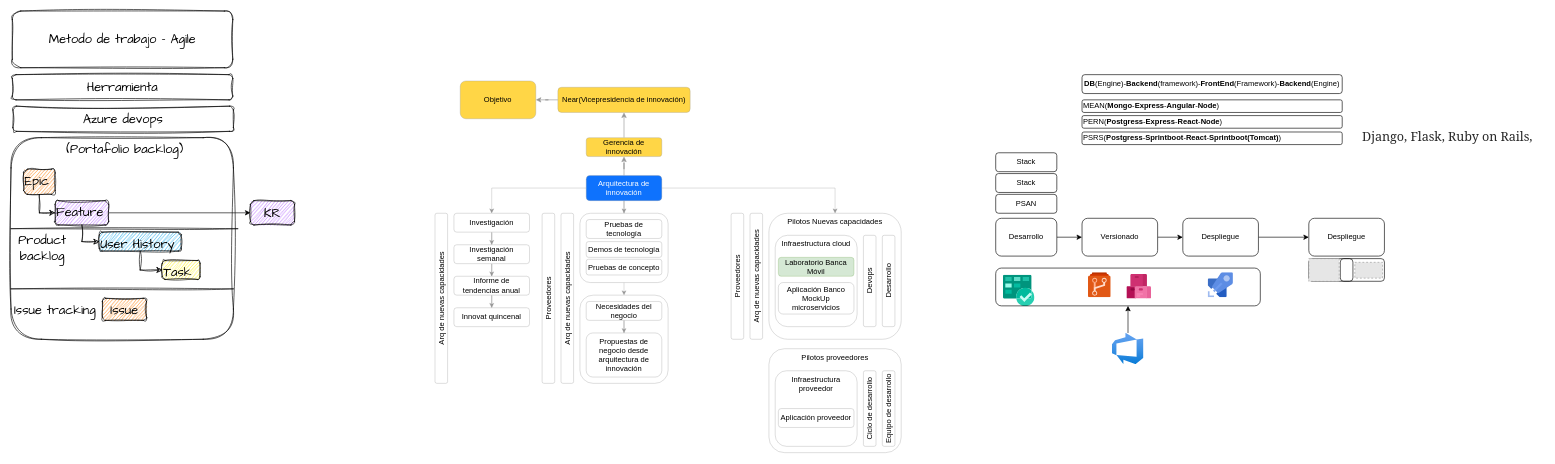
santiagovb/Diagramas keeps this draw.io diagram as page "Objetivo" (1 of 8) of Arquitectura de nuevas capacidades.drawio. Above is the earlier version. Source tidied: cells renumbered, new cells numbered last; positions are measured from the earlier drawing's top-left corner, leaving out a move shared by most shapes. Both pictures are drawn from the tidied source at 63%, with x=0, y=0 at pixel (11, 11). Pictures stored in the file or linked from it are replaced by grey dashed boxes.
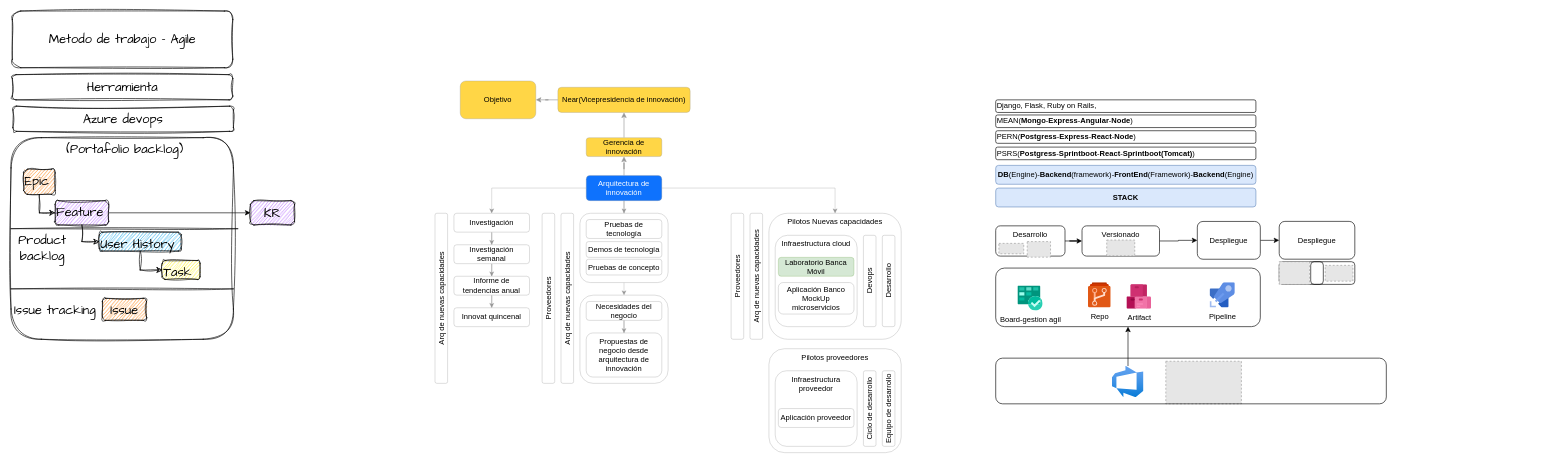
Above is the later version.

The edit, as a diff of the source:
```diff
@@
+    <mxCell id="79" style="rounded=1;whiteSpace=wrap;html=1;fillColor=none;" parent="1" vertex="1">
+      <mxGeometry x="1563" y="408" width="420" height="93" as="geometry" />
+    </mxCell>
     <mxCell id="2" style="rounded=1;whiteSpace=wrap;html=1;fillColor=none;" parent="1" vertex="1">
-      <mxGeometry x="2110" y="393" width="70" height="36" as="geometry" />
+      <mxGeometry x="2063" y="397.9" width="70" height="36" as="geometry" />
     </mxCell>
     <mxCell id="3" style="rounded=1;whiteSpace=wrap;html=1;fillColor=none;" parent="1" vertex="1">
-      <mxGeometry x="2060" y="393" width="70" height="36" as="geometry" />
+      <mxGeometry x="2013" y="397.9" width="70" height="36" as="geometry" />
     </mxCell>
@@
-    <mxCell id="65" value="Desarrollo" style="rounded=1;whiteSpace=wrap;html=1;" parent="1" vertex="1">
-      <mxGeometry x="1563" y="329" width="97" height="60" as="geometry" />
+    <mxCell id="65" value="Desarrollo" style="rounded=1;whiteSpace=wrap;html=1;verticalAlign=top;" parent="1" vertex="1">
+      <mxGeometry x="1563" y="341" width="110" height="48" as="geometry" />
     </mxCell>
@@
-    <mxCell id="67" value="Versionado" style="rounded=1;whiteSpace=wrap;html=1;" parent="1" vertex="1">
-      <mxGeometry x="1700" y="329" width="120" height="60" as="geometry" />
+    <mxCell id="67" value="Versionado" style="rounded=1;whiteSpace=wrap;html=1;verticalAlign=top;" parent="1" vertex="1">
+      <mxGeometry x="1700" y="341" width="123" height="48" as="geometry" />
     </mxCell>
@@
     <mxCell id="69" value="Despliegue" style="rounded=1;whiteSpace=wrap;html=1;" parent="1" vertex="1">
-      <mxGeometry x="1860" y="329" width="120" height="60" as="geometry" />
+      <mxGeometry x="1883" y="334" width="100" height="60" as="geometry" />
     </mxCell>
-    <mxCell id="70" style="sketch=0;html=1;align=center;image;fontSize=12;image=img/lib/mscae/Azure_Pipelines.svg;" parent="1" vertex="1">
-      <mxGeometry x="1900" y="415" width="40" height="40" as="geometry" />
+    <mxCell id="70" value="Pipeline" style="sketch=0;html=1;align=center;image;fontSize=12;image=img/lib/mscae/Azure_Pipelines.svg;" parent="1" vertex="1">
+      <mxGeometry x="1903" y="431" width="40" height="40" as="geometry" />
     </mxCell>
-    <mxCell id="71" style="sketch=0;html=1;align=center;image;fontSize=12;image=img/lib/mscae/Azure_Repos.svg;" parent="1" vertex="1">
-      <mxGeometry x="1710" y="415" width="36" height="40" as="geometry" />
+    <mxCell id="71" value="Repo" style="sketch=0;html=1;align=center;image;fontSize=12;image=img/lib/mscae/Azure_Repos.svg;" parent="1" vertex="1">
+      <mxGeometry x="1710" y="431" width="36" height="40" as="geometry" />
     </mxCell>
-    <mxCell id="72" style="sketch=0;html=1;align=center;image;fontSize=12;image=img/lib/mscae/Azure_Boards.svg;" parent="1" vertex="1">
-      <mxGeometry x="1575" y="419" width="50" height="50" as="geometry" />
+    <mxCell id="72" value="Board-gestion agil" style="sketch=0;html=1;align=center;image;fontSize=12;image=img/lib/mscae/Azure_Boards.svg;" parent="1" vertex="1">
+      <mxGeometry x="1598" y="436" width="40" height="40" as="geometry" />
     </mxCell>
-    <mxCell id="73" style="edgeStyle=orthogonalEdgeStyle;rounded=0;jettySize=auto;html=1;" parent="1" edge="1" source="74" target="79">
+    <mxCell id="73" style="edgeStyle=orthogonalEdgeStyle;rounded=0;jettySize=auto;html=1;entryX=0.5;entryY=1;entryDx=0;entryDy=0;" parent="1" edge="1" source="74" target="79">
       <mxGeometry relative="1" as="geometry" />
     </mxCell>
     <mxCell id="74" style="html=1;points=[];align=center;image;fontSize=12;image=img/lib/azure2/devops/Azure_DevOps.svg;" parent="1" vertex="1">
-      <mxGeometry x="1748" y="511" width="50" height="50" as="geometry" />
+      <mxGeometry x="1748" y="563.5" width="50" height="50" as="geometry" />
     </mxCell>
     <mxCell id="75" value="Despliegue" style="rounded=1;whiteSpace=wrap;html=1;" parent="1" vertex="1">
-      <mxGeometry x="2060" y="329" width="120" height="60" as="geometry" />
+      <mxGeometry x="2013" y="333.9" width="120" height="60" as="geometry" />
     </mxCell>
-    <mxCell id="76" style="sketch=0;html=1;align=center;image;fontSize=12;image=img/lib/mscae/Azure_Artifacts.svg;" parent="1" vertex="1">
-      <mxGeometry x="1771" y="418" width="39" height="39" as="geometry" />
+    <mxCell id="76" value="Artifact" style="sketch=0;html=1;align=center;image;fontSize=12;image=img/lib/mscae/Azure_Artifacts.svg;" parent="1" vertex="1">
+      <mxGeometry x="1771" y="434" width="39" height="39" as="geometry" />
     </mxCell>
     <mxCell id="77" style="fillColor=#E6E6E6;strokeColor=#999999;dashed=1;verticalLabelPosition=bottom;labelBackgroundColor=default;verticalAlign=top;" parent="1" vertex="1">
-      <mxGeometry x="2133" y="398.9" width="44" height="25.1" as="geometry" />
+      <mxGeometry x="2086" y="403.7" width="44" height="25.1" as="geometry" />
     </mxCell>
     <mxCell id="78" style="fillColor=#E6E6E6;strokeColor=#999999;dashed=1;verticalLabelPosition=bottom;labelBackgroundColor=default;verticalAlign=top;" parent="1" vertex="1">
-      <mxGeometry x="2060" y="393" width="48.2" height="36.1" as="geometry" />
+      <mxGeometry x="2013" y="397.9" width="48.2" height="36.1" as="geometry" />
     </mxCell>
-    <mxCell id="79" style="rounded=1;whiteSpace=wrap;html=1;fillColor=none;" parent="1" vertex="1">
-      <mxGeometry x="1563" y="408" width="420" height="60" as="geometry" />
-    </mxCell>
-    <mxCell id="80" value="PSAN" style="rounded=1;whiteSpace=wrap;html=1;" parent="1" vertex="1">
-      <mxGeometry x="1563" y="291" width="97" height="30" as="geometry" />
-    </mxCell>
-    <mxCell id="81" value="Stack" style="rounded=1;whiteSpace=wrap;html=1;" parent="1" vertex="1">
-      <mxGeometry x="1563" y="258" width="97" height="30" as="geometry" />
-    </mxCell>
-    <mxCell id="82" value="Stack" style="rounded=1;whiteSpace=wrap;html=1;" parent="1" vertex="1">
-      <mxGeometry x="1563" y="225" width="97" height="30" as="geometry" />
-    </mxCell>
-    <mxCell id="83" value="&lt;b&gt;DB&lt;/b&gt;(Engine)-&lt;b&gt;Backend&lt;/b&gt;(framework)-&lt;b&gt;FrontEnd&lt;/b&gt;(Framework)-&lt;b&gt;Backend&lt;/b&gt;(Engine)" style="rounded=1;whiteSpace=wrap;html=1;" parent="1" vertex="1">
-      <mxGeometry x="1700" y="101" width="413" height="30" as="geometry" />
+    <mxCell id="83" value="&lt;b&gt;DB&lt;/b&gt;(Engine)-&lt;b&gt;Backend&lt;/b&gt;(framework)-&lt;b&gt;FrontEnd&lt;/b&gt;(Framework)-&lt;b&gt;Backend&lt;/b&gt;(Engine)" style="rounded=1;whiteSpace=wrap;html=1;fillColor=#dae8fc;strokeColor=#6c8ebf;" parent="1" vertex="1">
+      <mxGeometry x="1563" y="245" width="413" height="30" as="geometry" />
     </mxCell>
     <mxCell id="84" value="&lt;div style=&quot;&quot;&gt;&lt;span style=&quot;background-color: initial;&quot;&gt;MEAN(&lt;b&gt;Mongo&lt;/b&gt;-&lt;b&gt;Express&lt;/b&gt;-&lt;b&gt;Angular&lt;/b&gt;-&lt;b&gt;Node&lt;/b&gt;)&lt;/span&gt;&lt;/div&gt;" style="rounded=1;whiteSpace=wrap;html=1;align=left;" parent="1" vertex="1">
-      <mxGeometry x="1700" y="141" width="413" height="20" as="geometry" />
+      <mxGeometry x="1563" y="165" width="413" height="20" as="geometry" />
     </mxCell>
     <mxCell id="85" value="&lt;div style=&quot;&quot;&gt;&lt;span style=&quot;background-color: initial;&quot;&gt;PERN(&lt;b&gt;Postgress&lt;/b&gt;-&lt;b&gt;Express&lt;/b&gt;-&lt;b&gt;React&lt;/b&gt;-&lt;b&gt;Node&lt;/b&gt;)&lt;/span&gt;&lt;/div&gt;" style="rounded=1;whiteSpace=wrap;html=1;align=left;" parent="1" vertex="1">
-      <mxGeometry x="1700" y="166" width="413" height="20" as="geometry" />
+      <mxGeometry x="1563" y="190" width="413" height="20" as="geometry" />
     </mxCell>
+    <mxCell id="87" value="&lt;div style=&quot;&quot;&gt;&lt;span style=&quot;background-color: initial;&quot;&gt;PSRS(&lt;b&gt;Postgress&lt;/b&gt;-&lt;b&gt;Sprintboot&lt;/b&gt;-&lt;b&gt;React&lt;/b&gt;-&lt;b&gt;Sprintboot(Tomcat)&lt;/b&gt;)&lt;/span&gt;&lt;/div&gt;" style="rounded=1;whiteSpace=wrap;html=1;align=left;" parent="1" vertex="1">
+      <mxGeometry x="1563" y="216" width="413" height="20" as="geometry" />
+    </mxCell>
-    <mxCell id="86" value="&lt;span style=&quot;color: rgb(41, 41, 41); font-family: source-serif-pro, Georgia, Cambria, &amp;quot;Times New Roman&amp;quot;, Times, serif; font-size: 20px; font-style: normal; font-variant-ligatures: normal; font-variant-caps: normal; font-weight: 400; letter-spacing: -0.06px; orphans: 2; text-align: start; text-indent: 0px; text-transform: none; widows: 2; word-spacing: 0px; -webkit-text-stroke-width: 0px; background-color: rgb(255, 255, 255); text-decoration-thickness: initial; text-decoration-style: initial; text-decoration-color: initial; float: none; display: inline !important;&quot;&gt;Django, Flask, Ruby on Rails,&lt;/span&gt;" style="text;whiteSpace=wrap;html=1;" parent="1" vertex="1">
-      <mxGeometry x="2143" y="181" width="290" height="50" as="geometry" />
+    <mxCell id="86" value="&lt;div style=&quot;&quot;&gt;Django, Flask, Ruby on Rails,&lt;br&gt;&lt;/div&gt;" style="rounded=1;whiteSpace=wrap;html=1;align=left;" parent="1" vertex="1">
+      <mxGeometry x="1563" y="141" width="413" height="20" as="geometry" />
     </mxCell>
-    <mxCell id="87" value="&lt;div style=&quot;&quot;&gt;&lt;span style=&quot;background-color: initial;&quot;&gt;PSRS(&lt;b&gt;Postgress&lt;/b&gt;-&lt;b&gt;Sprintboot&lt;/b&gt;-&lt;b&gt;React&lt;/b&gt;-&lt;b&gt;Sprintboot(Tomcat)&lt;/b&gt;)&lt;/span&gt;&lt;/div&gt;" style="rounded=1;whiteSpace=wrap;html=1;align=left;" parent="1" vertex="1">
-      <mxGeometry x="1700" y="192" width="413" height="20" as="geometry" />
-    </mxCell>
+    <mxCell id="88" value="&lt;b&gt;STACK&lt;/b&gt;" style="rounded=1;whiteSpace=wrap;html=1;fillColor=#dae8fc;strokeColor=#6c8ebf;" parent="1" vertex="1">
+      <mxGeometry x="1563" y="281" width="413" height="30" as="geometry" />
+    </mxCell>
+    <mxCell id="89" style="fillColor=#E6E6E6;strokeColor=#999999;dashed=1;verticalLabelPosition=bottom;labelBackgroundColor=default;verticalAlign=top;" parent="1" vertex="1">
+      <mxGeometry x="1833" y="555.9" width="120" height="67.6" as="geometry" />
+    </mxCell>
+    <mxCell id="90" style="rounded=1;whiteSpace=wrap;html=1;fillColor=none;" parent="1" vertex="1">
+      <mxGeometry x="1563" y="551" width="620" height="72.5" as="geometry" />
+    </mxCell>
+    <mxCell id="91" style="fillColor=#E6E6E6;strokeColor=#999999;dashed=1;verticalLabelPosition=bottom;labelBackgroundColor=default;verticalAlign=top;" parent="1" vertex="1">
+      <mxGeometry x="1739.2" y="363.5" width="44.5" height="25.1" as="geometry" />
+    </mxCell>
+    <mxCell id="92" style="fillColor=#E6E6E6;strokeColor=#999999;dashed=1;verticalLabelPosition=bottom;labelBackgroundColor=default;verticalAlign=top;" parent="1" vertex="1">
+      <mxGeometry x="1568" y="368.8" width="39.5" height="16.5" as="geometry" />
+    </mxCell>
+    <mxCell id="93" style="fillColor=#E6E6E6;strokeColor=#999999;dashed=1;verticalLabelPosition=bottom;labelBackgroundColor=default;verticalAlign=top;" parent="1" vertex="1">
+      <mxGeometry x="1613" y="366" width="37" height="24.7" as="geometry" />
+    </mxCell>
```
